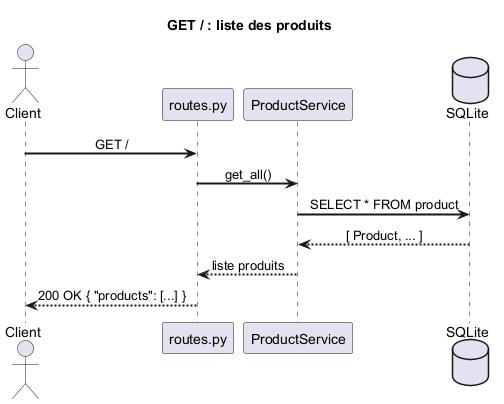
but-yohan-carvalho/application-web keeps this PlantUML diagram as docs/seq_02_get_products.png. Above is the earlier version. Its diagram source:
```plantuml
@startuml seq_02_get_products

skinparam sequenceMessageAlign center
skinparam responseMessageBelowArrow true
skinparam sequenceArrowThickness 2

title GET / : liste des produits

actor       Client
participant "routes.py"      as Routes
participant "ProductService" as PS
database    "SQLite"         as DB

Client -> Routes  : GET /
Routes -> PS      : get_all()
PS -> DB          : SELECT * FROM product
DB --> PS         : [ Product, ... ]
PS --> Routes     : liste produits
Routes --> Client : 200 OK { "products": [...] }

@enduml
```
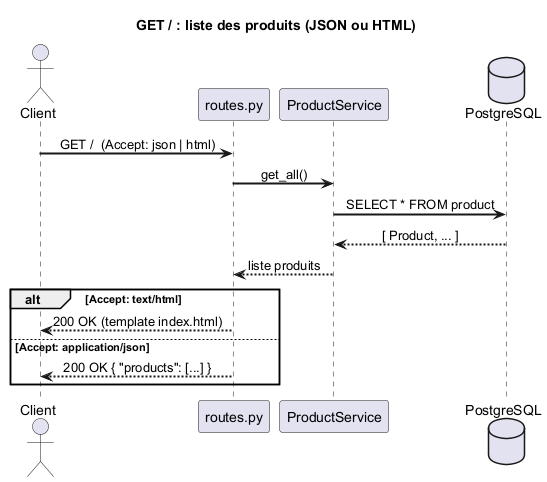
After the change.

Change to the diagram source:
```diff
@@ -4,18 +4,23 @@
 skinparam responseMessageBelowArrow true
 skinparam sequenceArrowThickness 2
 
-title GET / : liste des produits
+title GET / : liste des produits (JSON ou HTML)
 
 actor       Client
 participant "routes.py"      as Routes
 participant "ProductService" as PS
-database    "SQLite"         as DB
+database    "PostgreSQL"     as DB
 
-Client -> Routes  : GET /
+Client -> Routes  : GET /  (Accept: json | html)
 Routes -> PS      : get_all()
 PS -> DB          : SELECT * FROM product
 DB --> PS         : [ Product, ... ]
 PS --> Routes     : liste produits
-Routes --> Client : 200 OK { "products": [...] }
+
+alt Accept: text/html
+    Routes --> Client : 200 OK (template index.html)
+else Accept: application/json
+    Routes --> Client : 200 OK { "products": [...] }
+end
 
 @enduml
```
